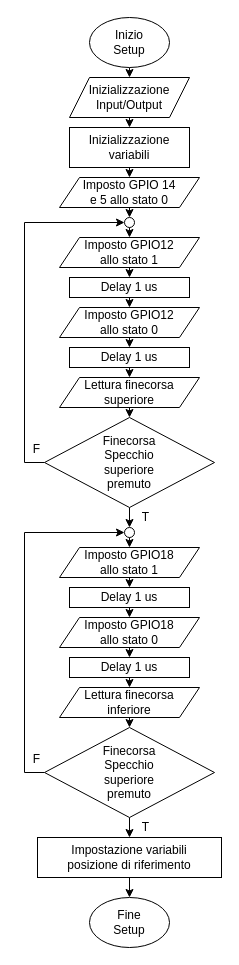
The draw.io diagram Draws/Flowchart/Setup.drawio in francesco-scar/Elaborato-2021, before the edit. Source tidied: cells renumbered, new cells numbered last; positions are measured from the earlier drawing's top-left corner, leaving out a move shared by most shapes. Both pictures are drawn from the tidied source at 100%, with x=0, y=0 at pixel (37, 17).
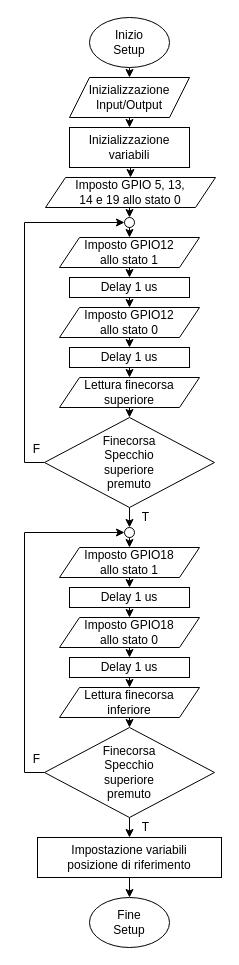
Above is the later version.

Commit message (it also covers changes not shown here):
:recycle: Update setup flowchart

The edit, as a diff of the source:
```diff
@@
-    <mxCell id="15" value="&lt;div style=&quot;font-size: 12px;&quot;&gt;Imposto GPIO 14&lt;/div&gt;&lt;div style=&quot;font-size: 12px;&quot;&gt;e 5 allo stato 0&lt;br style=&quot;font-size: 12px;&quot;&gt;&lt;/div&gt;" style="shape=parallelogram;perimeter=parallelogramPerimeter;whiteSpace=wrap;html=1;fixedSize=1;fontSize=12;" parent="1" vertex="1">
-      <mxGeometry x="22" y="160" width="140" height="30" as="geometry" />
+    <mxCell id="15" value="&lt;div style=&quot;font-size: 12px&quot;&gt;Imposto GPIO 5, 13,&lt;/div&gt;&lt;div style=&quot;font-size: 12px&quot;&gt;14 e 19 allo stato 0&lt;br style=&quot;font-size: 12px&quot;&gt;&lt;/div&gt;" style="shape=parallelogram;perimeter=parallelogramPerimeter;whiteSpace=wrap;html=1;fixedSize=1;fontSize=12;" parent="1" vertex="1">
+      <mxGeometry x="8" y="160" width="170" height="30" as="geometry" />
     </mxCell>
```
